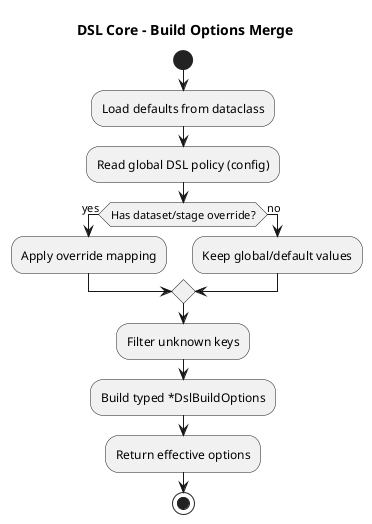
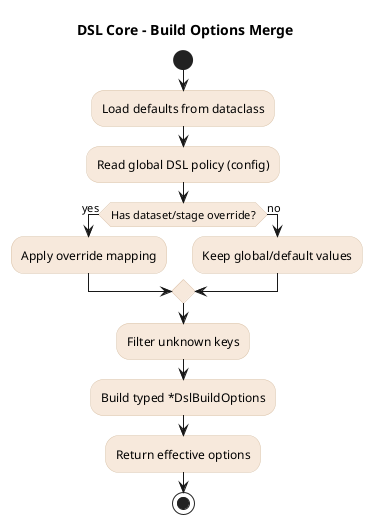
@startuml
title DSL Core - Build Options Merge

+ skinparam backgroundColor white
skinparam defaultFontName Arial
skinparam linetype ortho
+ skinparam activity {
+   BackgroundColor #f7e9dc
+   BorderColor #d9c2a8
+ }

start
:Load defaults from dataclass;
:Read global DSL policy (config);

if (Has dataset/stage override?) then (yes)
  :Apply override mapping;
else (no)
  :Keep global/default values;
endif

:Filter unknown keys;
:Build typed *DslBuildOptions;
:Return effective options;
stop

@enduml
